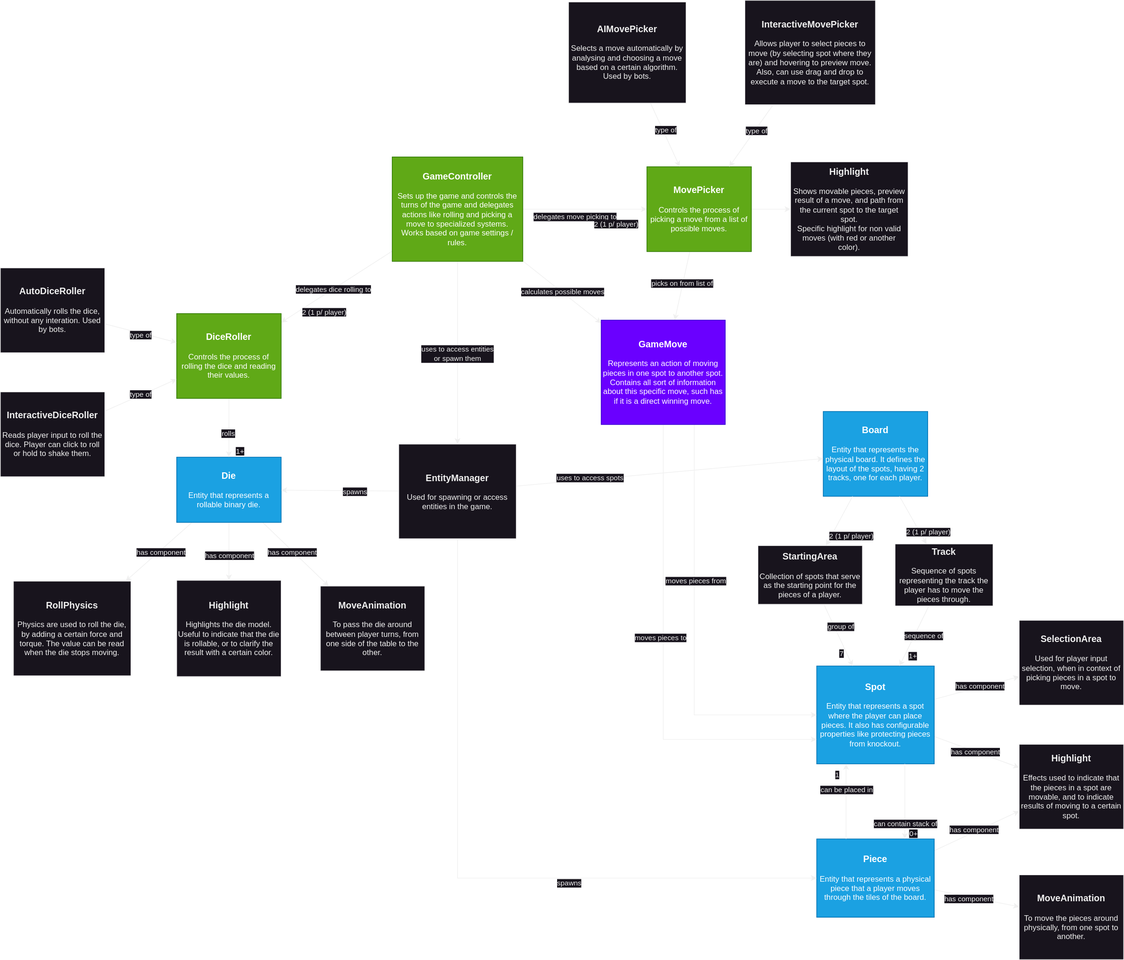
The draw.io diagram game_ur_core_diagram.svg in zemiguel20/RoyalGameOfUr, before a commit. Source tidied: cells renumbered, new cells last; positions are measured from the earlier drawing's top-left corner, leaving out a move shared by most shapes.
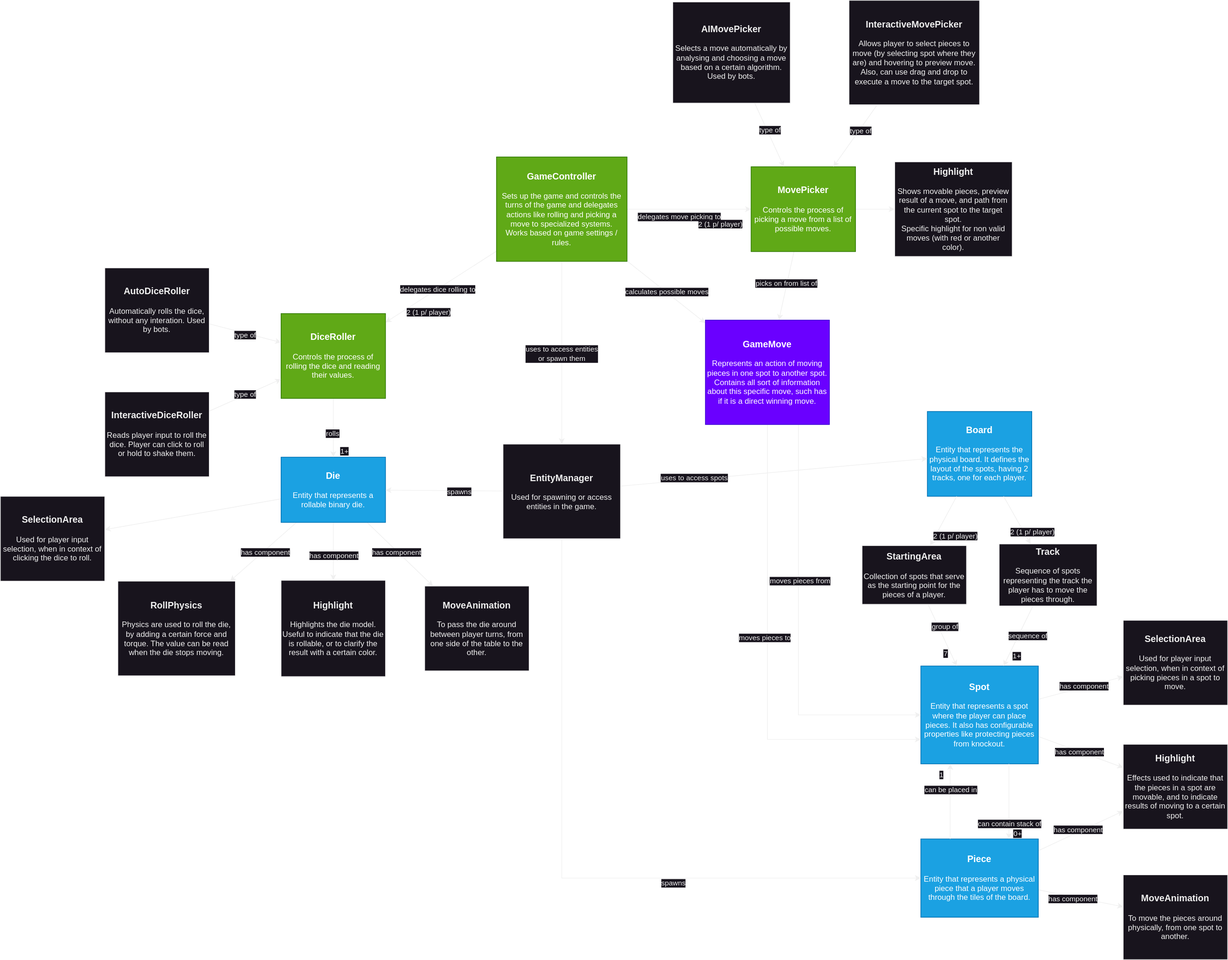
After the commit.

Commit message:
Implemented dice rolling and interaction

The edit, as a diff of the source:
```diff
@@ -56,6 +56,9 @@
     <mxCell id="17" value="has component" style="edgeLabel;html=1;align=center;verticalAlign=middle;" parent="16" vertex="1">
       <mxGeometry x="-0.09" y="-2" relative="1" as="geometry" />
     </mxCell>
+    <mxCell id="88" style="rounded=0;jettySize=auto;html=1;" parent="1" edge="1" source="18" target="89">
+      <mxGeometry relative="1" as="geometry" />
+    </mxCell>
     <mxCell id="18" value="&lt;div style=&quot;&quot;&gt;&lt;span style=&quot;background-color: initial;&quot;&gt;&lt;b&gt;&lt;font style=&quot;font-size: 14px;&quot;&gt;Die&lt;/font&gt;&lt;/b&gt;&lt;/span&gt;&lt;/div&gt;&lt;div style=&quot;&quot;&gt;&lt;span style=&quot;background-color: initial;&quot;&gt;&lt;br&gt;&lt;/span&gt;&lt;/div&gt;&lt;div style=&quot;&quot;&gt;Entity that represents a rollable binary die.&lt;/div&gt;" style="rounded=0;whiteSpace=wrap;html=1;align=center;verticalAlign=middle;fillColor=#1ba1e2;strokeColor=#006EAF;fontColor=#ffffff;" parent="1" vertex="1">
       <mxGeometry x="270" y="700" width="160" height="100" as="geometry" />
     </mxCell>
@@ -310,5 +313,8 @@
     <mxCell id="87" value="&lt;div style=&quot;&quot;&gt;&lt;span style=&quot;font-size: 14px;&quot;&gt;&lt;b&gt;AIMovePicker&lt;/b&gt;&lt;/span&gt;&lt;/div&gt;&lt;div style=&quot;&quot;&gt;&lt;span style=&quot;background-color: initial;&quot;&gt;&lt;br&gt;&lt;/span&gt;&lt;/div&gt;&lt;div style=&quot;&quot;&gt;Selects a move automatically by analysing and choosing a move based on a certain algorithm. Used by bots.&lt;/div&gt;" style="rounded=0;whiteSpace=wrap;html=1;align=center;verticalAlign=middle;" parent="1" vertex="1">
       <mxGeometry x="870" y="2.5" width="180" height="155" as="geometry" />
     </mxCell>
+    <mxCell id="89" value="&lt;div style=&quot;&quot;&gt;&lt;span style=&quot;font-size: 14px;&quot;&gt;&lt;b&gt;SelectionArea&lt;/b&gt;&lt;/span&gt;&lt;/div&gt;&lt;div style=&quot;&quot;&gt;&lt;span style=&quot;background-color: initial;&quot;&gt;&lt;br&gt;&lt;/span&gt;&lt;/div&gt;&lt;div style=&quot;&quot;&gt;Used for player input selection, when in context of clicking the dice to roll.&lt;/div&gt;" style="rounded=0;whiteSpace=wrap;html=1;align=center;verticalAlign=middle;" parent="1" vertex="1">
+      <mxGeometry x="-160" y="760" width="160" height="130" as="geometry" />
+    </mxCell>
   </root>
 </mxGraphModel>
```
